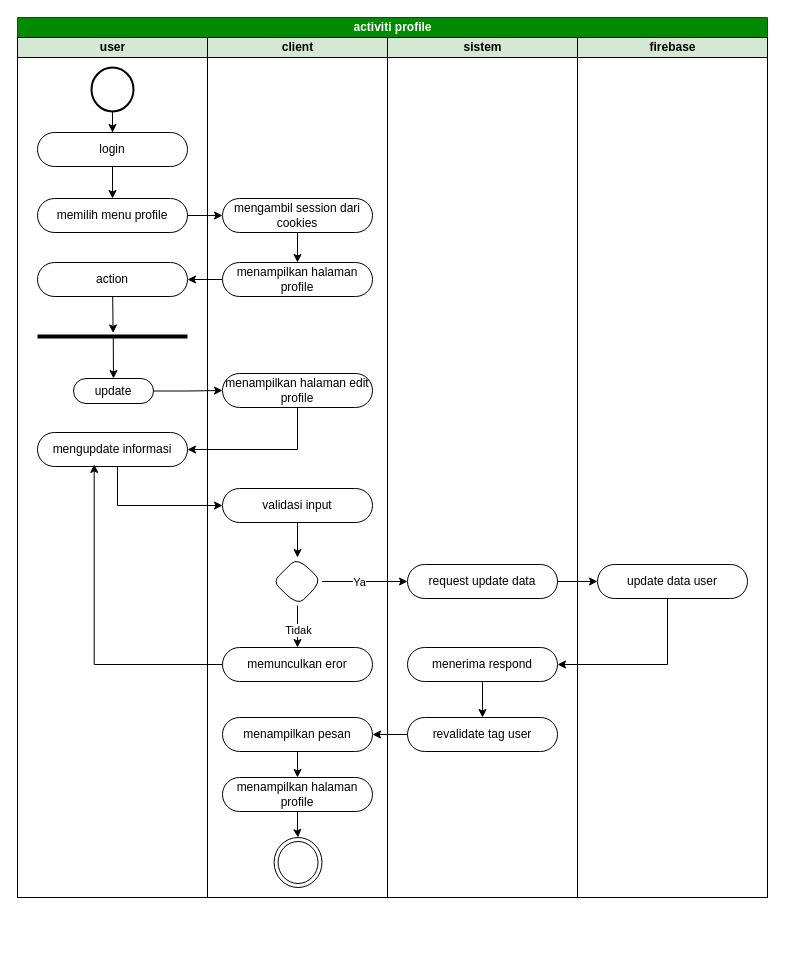
ThikerXCX/umltoko keeps this draw.io diagram as page "activity profile" (11 of 42) of skrpsian.drawio. Above is the earlier version. Source tidied: cells renumbered, new cells numbered last; positions are measured from the earlier drawing's top-left corner, leaving out a move shared by most shapes. Both pictures are drawn from the tidied source at 100%, with x=0, y=0 at pixel (17, 17).
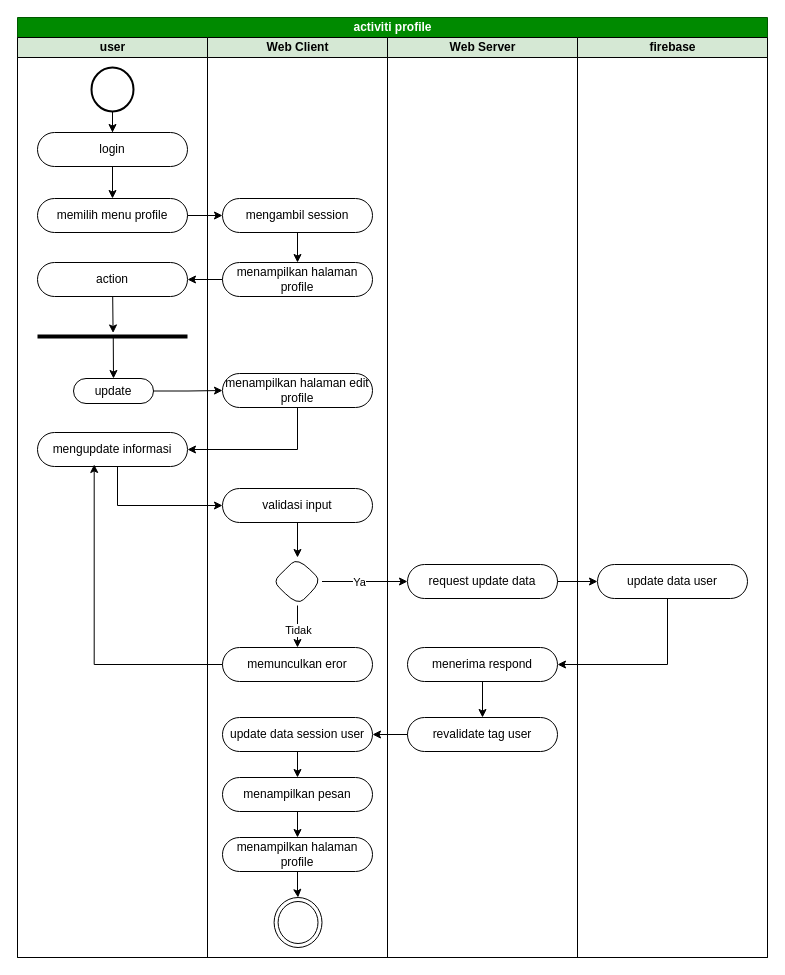
After the change.

The change refers to these unchanged cells:
```xml
<mxCell id="35" value="revalidate tag user" style="rounded=1;whiteSpace=wrap;html=1;arcSize=50;fillColor=none;" parent="31" vertex="1">
  <mxGeometry x="20" y="680" width="150" height="34" as="geometry" />
</mxCell>
```

What changed in the source:
```diff
@@
     <mxCell id="2" value="activiti profile" style="swimlane;startSize=20;html=1;fillColor=#008a00;strokeColor=#005700;fontColor=#ffffff;" parent="1" vertex="1">
-      <mxGeometry width="750" height="880" as="geometry" />
+      <mxGeometry width="750" height="940" as="geometry" />
     </mxCell>
     <mxCell id="3" value="user" style="swimlane;startSize=20;html=1;fillColor=#d5e8d4;strokeColor=#000000;" parent="2" vertex="1">
-      <mxGeometry y="20" width="190" height="860" as="geometry" />
+      <mxGeometry y="20" width="190" height="920" as="geometry" />
     </mxCell>
@@
-    <mxCell id="15" value="client" style="swimlane;startSize=20;html=1;fillColor=#d5e8d4;strokeColor=#000000;" parent="2" vertex="1">
-      <mxGeometry x="190" y="20" width="180" height="860" as="geometry" />
+    <mxCell id="15" value="Web Client" style="swimlane;startSize=20;html=1;fillColor=#d5e8d4;strokeColor=#000000;" parent="2" vertex="1">
+      <mxGeometry x="190" y="20" width="180" height="920" as="geometry" />
     </mxCell>
@@
-    <mxCell id="17" value="mengambil session dari cookies" style="rounded=1;whiteSpace=wrap;html=1;arcSize=50;fillColor=none;" parent="15" vertex="1">
+    <mxCell id="17" value="mengambil session" style="rounded=1;whiteSpace=wrap;html=1;arcSize=50;fillColor=none;" parent="15" vertex="1">
       <mxGeometry x="15" y="161" width="150" height="34" as="geometry" />
     </mxCell>
@@
     <mxCell id="27" value="menampilkan pesan" style="rounded=1;whiteSpace=wrap;html=1;arcSize=50;fillColor=none;" parent="15" vertex="1">
-      <mxGeometry x="15" y="680" width="150" height="34" as="geometry" />
+      <mxGeometry x="15" y="740" width="150" height="34" as="geometry" />
     </mxCell>
@@
     <mxCell id="29" value="menampilkan halaman profile" style="rounded=1;whiteSpace=wrap;html=1;arcSize=50;fillColor=none;" parent="15" vertex="1">
-      <mxGeometry x="15" y="740" width="150" height="34" as="geometry" />
+      <mxGeometry x="15" y="800" width="150" height="34" as="geometry" />
     </mxCell>
     <mxCell id="30" style="ellipse;html=1;shape=endState;fillColor=none;strokeColor=#000000;" parent="15" vertex="1">
-      <mxGeometry x="66.6" y="800" width="47.9" height="50" as="geometry" />
+      <mxGeometry x="66.6" y="860" width="47.9" height="50" as="geometry" />
     </mxCell>
+    <mxCell id="49" style="edgeStyle=orthogonalEdgeStyle;rounded=0;jettySize=auto;html=1;entryX=0.5;entryY=0;entryDx=0;entryDy=0;" parent="15" edge="1" source="50" target="27">
+      <mxGeometry relative="1" as="geometry" />
+    </mxCell>
+    <mxCell id="50" value="update data session user" style="rounded=1;whiteSpace=wrap;html=1;arcSize=50;fillColor=none;" parent="15" vertex="1">
+      <mxGeometry x="15" y="680" width="150" height="34" as="geometry" />
+    </mxCell>
-    <mxCell id="31" value="sistem" style="swimlane;startSize=20;html=1;fillColor=#d5e8d4;strokeColor=#000000;" parent="2" vertex="1">
-      <mxGeometry x="370" y="20" width="190" height="860" as="geometry" />
+    <mxCell id="31" value="Web Server" style="swimlane;startSize=20;html=1;fillColor=#d5e8d4;strokeColor=#000000;" parent="2" vertex="1">
+      <mxGeometry x="370" y="20" width="190" height="920" as="geometry" />
     </mxCell>
@@
     <mxCell id="43" value="firebase" style="swimlane;startSize=20;html=1;fillColor=#d5e8d4;strokeColor=#000000;" parent="2" vertex="1">
-      <mxGeometry x="560" y="20" width="190" height="860" as="geometry" />
+      <mxGeometry x="560" y="20" width="190" height="920" as="geometry" />
     </mxCell>
@@
-    <mxCell id="47" style="edgeStyle=orthogonalEdgeStyle;rounded=0;jettySize=auto;html=1;" parent="2" edge="1" source="35" target="27">
+    <mxCell id="47" style="edgeStyle=orthogonalEdgeStyle;rounded=0;jettySize=auto;html=1;entryX=1;entryY=0.5;entryDx=0;entryDy=0;" parent="2" edge="1" source="35" target="50">
       <mxGeometry relative="1" as="geometry" />
     </mxCell>
```
